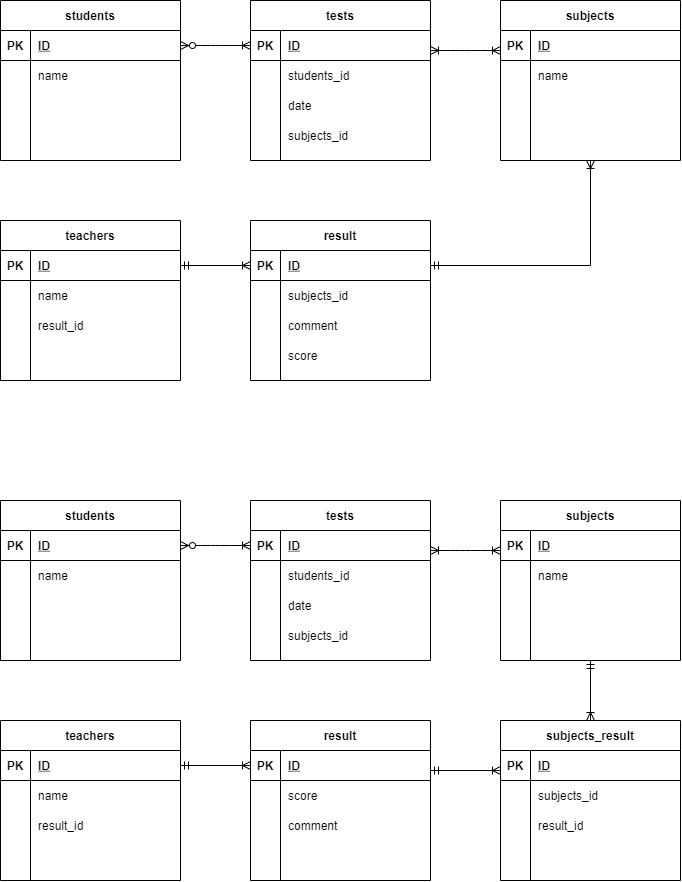
The draw.io diagram index.drawio.png in hisad/coachtech_DB, before a commit. Source tidied: cells renumbered, new cells last; positions are measured from the earlier drawing's top-left corner, leaving out a move shared by most shapes.
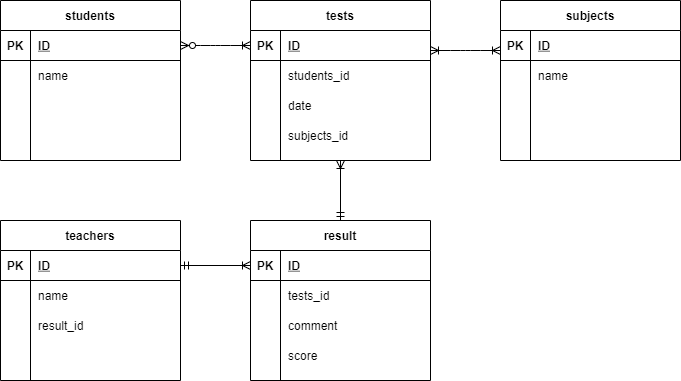
After the commit.

Change to the diagram source:
```diff
@@ -122,9 +122,6 @@
     <mxCell id="41" style="edgeStyle=entityRelationEdgeStyle;fontSize=12;html=1;endArrow=ERoneToMany;exitX=1;exitY=0.5;exitDx=0;exitDy=0;entryX=0;entryY=0.5;entryDx=0;entryDy=0;endFill=0;startArrow=ERzeroToMany;startFill=1;" parent="1" edge="1" source="3" target="29">
       <mxGeometry relative="1" as="geometry" />
     </mxCell>
-    <mxCell id="42" style="edgeStyle=orthogonalEdgeStyle;rounded=0;jettySize=auto;html=1;startArrow=ERmandOne;startFill=0;endArrow=ERoneToMany;endFill=0;entryX=0.5;entryY=1;entryDx=0;entryDy=0;exitX=1;exitY=0.5;exitDx=0;exitDy=0;" parent="1" edge="1" source="44" target="57">
-      <mxGeometry relative="1" as="geometry" />
-    </mxCell>
     <mxCell id="43" value="result" style="shape=table;startSize=30;rowLines=0;fontStyle=1;align=center;" parent="1" vertex="1">
       <mxGeometry x="250" y="220" width="180" height="160" as="geometry" />
     </mxCell>
@@ -143,7 +140,7 @@
     <mxCell id="48" style="shape=partialRectangle;fillColor=none;top=0;left=0;bottom=0;right=0;overflow=hidden;" parent="47" vertex="1">
       <mxGeometry width="30" height="30" as="geometry" />
     </mxCell>
-    <mxCell id="49" value="subjects_id" style="shape=partialRectangle;fillColor=none;top=0;left=0;bottom=0;right=0;align=left;spacingLeft=6;overflow=hidden;" parent="47" vertex="1">
+    <mxCell id="49" value="tests_id" style="shape=partialRectangle;fillColor=none;top=0;left=0;bottom=0;right=0;align=left;spacingLeft=6;overflow=hidden;" parent="47" vertex="1">
       <mxGeometry x="30" width="150" height="30" as="geometry" />
     </mxCell>
     <mxCell id="50" style="shape=partialRectangle;fillColor=none;top=0;left=0;bottom=0;right=0;" parent="43" vertex="1">
@@ -212,259 +209,7 @@
         <mxPoint x="500" y="50" as="targetPoint" />
       </mxGeometry>
     </mxCell>
-    <mxCell id="71" value="students" style="shape=table;startSize=30;rowLines=0;fontStyle=1;align=center;" parent="1" vertex="1">
-      <mxGeometry y="500" width="180" height="160" as="geometry" />
-    </mxCell>
-    <mxCell id="72" style="shape=partialRectangle;fillColor=none;top=0;left=0;bottom=1;right=0;points=[[0,0.5],[1,0.5]];portConstraint=eastwest;" parent="71" vertex="1">
-      <mxGeometry y="30" width="180" height="30" as="geometry" />
-    </mxCell>
-    <mxCell id="73" value="PK" style="shape=partialRectangle;fillColor=none;top=0;left=0;bottom=0;right=0;fontStyle=1;overflow=hidden;" parent="72" vertex="1">
-      <mxGeometry width="30" height="30" as="geometry" />
-    </mxCell>
-    <mxCell id="74" value="ID" style="shape=partialRectangle;fillColor=none;top=0;left=0;bottom=0;right=0;align=left;spacingLeft=6;fontStyle=5;overflow=hidden;" parent="72" vertex="1">
-      <mxGeometry x="30" width="150" height="30" as="geometry" />
-    </mxCell>
-    <mxCell id="75" style="shape=partialRectangle;fillColor=none;top=0;left=0;bottom=0;right=0;" parent="71" vertex="1">
-      <mxGeometry y="60" width="180" height="30" as="geometry" />
-    </mxCell>
-    <mxCell id="76" style="shape=partialRectangle;fillColor=none;top=0;left=0;bottom=0;right=0;overflow=hidden;" parent="75" vertex="1">
-      <mxGeometry width="30" height="30" as="geometry" />
-    </mxCell>
-    <mxCell id="77" value="name" style="shape=partialRectangle;fillColor=none;top=0;left=0;bottom=0;right=0;align=left;spacingLeft=6;overflow=hidden;" parent="75" vertex="1">
-      <mxGeometry x="30" width="150" height="30" as="geometry" />
-    </mxCell>
-    <mxCell id="78" style="shape=partialRectangle;fillColor=none;top=0;left=0;bottom=0;right=0;" parent="71" vertex="1">
-      <mxGeometry y="90" width="180" height="30" as="geometry" />
-    </mxCell>
-    <mxCell id="79" style="shape=partialRectangle;fillColor=none;top=0;left=0;bottom=0;right=0;overflow=hidden;" parent="78" vertex="1">
-      <mxGeometry width="30" height="30" as="geometry" />
-    </mxCell>
-    <mxCell id="80" style="shape=partialRectangle;fillColor=none;top=0;left=0;bottom=0;right=0;align=left;spacingLeft=6;overflow=hidden;" parent="78" vertex="1">
-      <mxGeometry x="30" width="150" height="30" as="geometry" />
-    </mxCell>
-    <mxCell id="81" style="shape=partialRectangle;fillColor=none;top=0;left=0;bottom=0;right=0;" parent="71" vertex="1">
-      <mxGeometry y="120" width="180" height="30" as="geometry" />
-    </mxCell>
-    <mxCell id="82" style="shape=partialRectangle;fillColor=none;top=0;left=0;bottom=0;right=0;overflow=hidden;" parent="81" vertex="1">
-      <mxGeometry width="30" height="30" as="geometry" />
-    </mxCell>
-    <mxCell id="83" style="shape=partialRectangle;fillColor=none;top=0;left=0;bottom=0;right=0;align=left;spacingLeft=6;overflow=hidden;" parent="81" vertex="1">
-      <mxGeometry x="30" width="150" height="30" as="geometry" />
-    </mxCell>
-    <mxCell id="84" value="teachers" style="shape=table;startSize=30;rowLines=0;fontStyle=1;align=center;" parent="1" vertex="1">
-      <mxGeometry y="720" width="180" height="160" as="geometry" />
-    </mxCell>
-    <mxCell id="85" style="shape=partialRectangle;fillColor=none;top=0;left=0;bottom=1;right=0;points=[[0,0.5],[1,0.5]];portConstraint=eastwest;" parent="84" vertex="1">
-      <mxGeometry y="30" width="180" height="30" as="geometry" />
-    </mxCell>
-    <mxCell id="86" value="PK" style="shape=partialRectangle;fillColor=none;top=0;left=0;bottom=0;right=0;fontStyle=1;overflow=hidden;" parent="85" vertex="1">
-      <mxGeometry width="30" height="30" as="geometry" />
-    </mxCell>
-    <mxCell id="87" value="ID" style="shape=partialRectangle;fillColor=none;top=0;left=0;bottom=0;right=0;align=left;spacingLeft=6;fontStyle=5;overflow=hidden;" parent="85" vertex="1">
-      <mxGeometry x="30" width="150" height="30" as="geometry" />
-    </mxCell>
-    <mxCell id="88" style="shape=partialRectangle;fillColor=none;top=0;left=0;bottom=0;right=0;" parent="84" vertex="1">
-      <mxGeometry y="60" width="180" height="30" as="geometry" />
-    </mxCell>
-    <mxCell id="89" style="shape=partialRectangle;fillColor=none;top=0;left=0;bottom=0;right=0;overflow=hidden;" parent="88" vertex="1">
-      <mxGeometry width="30" height="30" as="geometry" />
-    </mxCell>
-    <mxCell id="90" value="name" style="shape=partialRectangle;fillColor=none;top=0;left=0;bottom=0;right=0;align=left;spacingLeft=6;overflow=hidden;" parent="88" vertex="1">
-      <mxGeometry x="30" width="150" height="30" as="geometry" />
-    </mxCell>
-    <mxCell id="91" style="shape=partialRectangle;fillColor=none;top=0;left=0;bottom=0;right=0;" parent="84" vertex="1">
-      <mxGeometry y="90" width="180" height="30" as="geometry" />
-    </mxCell>
-    <mxCell id="92" style="shape=partialRectangle;fillColor=none;top=0;left=0;bottom=0;right=0;overflow=hidden;" parent="91" vertex="1">
-      <mxGeometry width="30" height="30" as="geometry" />
-    </mxCell>
-    <mxCell id="93" value="result_id" style="shape=partialRectangle;fillColor=none;top=0;left=0;bottom=0;right=0;align=left;spacingLeft=6;overflow=hidden;" parent="91" vertex="1">
-      <mxGeometry x="30" width="150" height="30" as="geometry" />
-    </mxCell>
-    <mxCell id="94" style="shape=partialRectangle;fillColor=none;top=0;left=0;bottom=0;right=0;" parent="84" vertex="1">
-      <mxGeometry y="120" width="180" height="30" as="geometry" />
-    </mxCell>
-    <mxCell id="95" style="shape=partialRectangle;fillColor=none;top=0;left=0;bottom=0;right=0;overflow=hidden;" parent="94" vertex="1">
-      <mxGeometry width="30" height="30" as="geometry" />
-    </mxCell>
-    <mxCell id="96" style="shape=partialRectangle;fillColor=none;top=0;left=0;bottom=0;right=0;align=left;spacingLeft=6;overflow=hidden;" parent="94" vertex="1">
-      <mxGeometry x="30" width="150" height="30" as="geometry" />
-    </mxCell>
-    <mxCell id="97" value="tests" style="shape=table;startSize=30;rowLines=0;fontStyle=1;align=center;" parent="1" vertex="1">
-      <mxGeometry x="250" y="500" width="180" height="160" as="geometry" />
-    </mxCell>
-    <mxCell id="98" style="shape=partialRectangle;fillColor=none;top=0;left=0;bottom=1;right=0;points=[[0,0.5],[1,0.5]];portConstraint=eastwest;" parent="97" vertex="1">
-      <mxGeometry y="30" width="180" height="30" as="geometry" />
-    </mxCell>
-    <mxCell id="99" value="PK" style="shape=partialRectangle;fillColor=none;top=0;left=0;bottom=0;right=0;fontStyle=1;overflow=hidden;" parent="98" vertex="1">
-      <mxGeometry width="30" height="30" as="geometry" />
-    </mxCell>
-    <mxCell id="100" value="ID" style="shape=partialRectangle;fillColor=none;top=0;left=0;bottom=0;right=0;align=left;spacingLeft=6;fontStyle=5;overflow=hidden;" parent="98" vertex="1">
-      <mxGeometry x="30" width="150" height="30" as="geometry" />
-    </mxCell>
-    <mxCell id="101" style="shape=partialRectangle;fillColor=none;top=0;left=0;bottom=0;right=0;" parent="97" vertex="1">
-      <mxGeometry y="60" width="180" height="30" as="geometry" />
-    </mxCell>
-    <mxCell id="102" style="shape=partialRectangle;fillColor=none;top=0;left=0;bottom=0;right=0;overflow=hidden;" parent="101" vertex="1">
-      <mxGeometry width="30" height="30" as="geometry" />
-    </mxCell>
-    <mxCell id="103" value="students_id" style="shape=partialRectangle;fillColor=none;top=0;left=0;bottom=0;right=0;align=left;spacingLeft=6;overflow=hidden;" parent="101" vertex="1">
-      <mxGeometry x="30" width="150" height="30" as="geometry" />
-    </mxCell>
-    <mxCell id="104" style="shape=partialRectangle;fillColor=none;top=0;left=0;bottom=0;right=0;" parent="97" vertex="1">
-      <mxGeometry y="90" width="180" height="30" as="geometry" />
-    </mxCell>
-    <mxCell id="105" style="shape=partialRectangle;fillColor=none;top=0;left=0;bottom=0;right=0;overflow=hidden;" parent="104" vertex="1">
-      <mxGeometry width="30" height="30" as="geometry" />
-    </mxCell>
-    <mxCell id="106" value="date" style="shape=partialRectangle;fillColor=none;top=0;left=0;bottom=0;right=0;align=left;spacingLeft=6;overflow=hidden;" parent="104" vertex="1">
-      <mxGeometry x="30" width="150" height="30" as="geometry" />
-    </mxCell>
-    <mxCell id="107" style="shape=partialRectangle;fillColor=none;top=0;left=0;bottom=0;right=0;" parent="97" vertex="1">
-      <mxGeometry y="120" width="180" height="30" as="geometry" />
-    </mxCell>
-    <mxCell id="108" style="shape=partialRectangle;fillColor=none;top=0;left=0;bottom=0;right=0;overflow=hidden;" parent="107" vertex="1">
-      <mxGeometry width="30" height="30" as="geometry" />
-    </mxCell>
-    <mxCell id="109" value="subjects_id" style="shape=partialRectangle;fillColor=none;top=0;left=0;bottom=0;right=0;align=left;spacingLeft=6;overflow=hidden;" parent="107" vertex="1">
-      <mxGeometry x="30" width="150" height="30" as="geometry" />
-    </mxCell>
-    <mxCell id="110" style="edgeStyle=entityRelationEdgeStyle;fontSize=12;html=1;endArrow=ERoneToMany;exitX=1;exitY=0.5;exitDx=0;exitDy=0;entryX=0;entryY=0.5;entryDx=0;entryDy=0;endFill=0;startArrow=ERzeroToMany;startFill=1;" parent="1" edge="1" source="72" target="98">
-      <mxGeometry relative="1" as="geometry" />
-    </mxCell>
-    <mxCell id="111" value="result" style="shape=table;startSize=30;rowLines=0;fontStyle=1;align=center;" parent="1" vertex="1">
-      <mxGeometry x="250" y="720" width="180" height="160" as="geometry" />
-    </mxCell>
-    <mxCell id="112" style="shape=partialRectangle;fillColor=none;top=0;left=0;bottom=1;right=0;points=[[0,0.5],[1,0.5]];portConstraint=eastwest;" parent="111" vertex="1">
-      <mxGeometry y="30" width="180" height="30" as="geometry" />
-    </mxCell>
-    <mxCell id="113" value="PK" style="shape=partialRectangle;fillColor=none;top=0;left=0;bottom=0;right=0;fontStyle=1;overflow=hidden;" parent="112" vertex="1">
-      <mxGeometry width="30" height="30" as="geometry" />
-    </mxCell>
-    <mxCell id="114" value="ID" style="shape=partialRectangle;fillColor=none;top=0;left=0;bottom=0;right=0;align=left;spacingLeft=6;fontStyle=5;overflow=hidden;" parent="112" vertex="1">
-      <mxGeometry x="30" width="150" height="30" as="geometry" />
-    </mxCell>
-    <mxCell id="115" style="shape=partialRectangle;fillColor=none;top=0;left=0;bottom=0;right=0;" parent="111" vertex="1">
-      <mxGeometry y="60" width="180" height="30" as="geometry" />
-    </mxCell>
-    <mxCell id="116" style="shape=partialRectangle;fillColor=none;top=0;left=0;bottom=0;right=0;overflow=hidden;" parent="115" vertex="1">
-      <mxGeometry width="30" height="30" as="geometry" />
-    </mxCell>
-    <mxCell id="117" value="score" style="shape=partialRectangle;fillColor=none;top=0;left=0;bottom=0;right=0;align=left;spacingLeft=6;overflow=hidden;" parent="115" vertex="1">
-      <mxGeometry x="30" width="150" height="30" as="geometry" />
-    </mxCell>
-    <mxCell id="118" style="shape=partialRectangle;fillColor=none;top=0;left=0;bottom=0;right=0;" parent="111" vertex="1">
-      <mxGeometry y="90" width="180" height="30" as="geometry" />
-    </mxCell>
-    <mxCell id="119" style="shape=partialRectangle;fillColor=none;top=0;left=0;bottom=0;right=0;overflow=hidden;" parent="118" vertex="1">
-      <mxGeometry width="30" height="30" as="geometry" />
-    </mxCell>
-    <mxCell id="120" value="comment" style="shape=partialRectangle;fillColor=none;top=0;left=0;bottom=0;right=0;align=left;spacingLeft=6;overflow=hidden;" parent="118" vertex="1">
-      <mxGeometry x="30" width="150" height="30" as="geometry" />
-    </mxCell>
-    <mxCell id="121" style="shape=partialRectangle;fillColor=none;top=0;left=0;bottom=0;right=0;" parent="111" vertex="1">
-      <mxGeometry y="120" width="180" height="30" as="geometry" />
-    </mxCell>
-    <mxCell id="122" style="shape=partialRectangle;fillColor=none;top=0;left=0;bottom=0;right=0;overflow=hidden;" parent="121" vertex="1">
-      <mxGeometry width="30" height="30" as="geometry" />
-    </mxCell>
-    <mxCell id="123" style="shape=partialRectangle;fillColor=none;top=0;left=0;bottom=0;right=0;align=left;spacingLeft=6;overflow=hidden;" parent="121" vertex="1">
-      <mxGeometry x="30" width="150" height="30" as="geometry" />
-    </mxCell>
-    <mxCell id="124" style="fontSize=12;html=1;endArrow=ERoneToMany;exitX=1;exitY=0.5;exitDx=0;exitDy=0;entryX=0;entryY=0.5;entryDx=0;entryDy=0;endFill=0;startArrow=ERmandOne;startFill=0;" parent="1" edge="1" source="85" target="112">
-      <mxGeometry relative="1" as="geometry" />
-    </mxCell>
-    <mxCell id="125" value="subjects" style="shape=table;startSize=30;rowLines=0;fontStyle=1;align=center;" parent="1" vertex="1">
-      <mxGeometry x="500" y="500" width="180" height="160" as="geometry" />
-    </mxCell>
-    <mxCell id="126" style="shape=partialRectangle;fillColor=none;top=0;left=0;bottom=1;right=0;" parent="125" vertex="1">
-      <mxGeometry y="30" width="180" height="30" as="geometry" />
-    </mxCell>
-    <mxCell id="127" value="PK" style="shape=partialRectangle;fillColor=none;top=0;left=0;bottom=0;right=0;fontStyle=1;overflow=hidden;" parent="126" vertex="1">
-      <mxGeometry width="30" height="30" as="geometry" />
-    </mxCell>
-    <mxCell id="128" value="ID" style="shape=partialRectangle;fillColor=none;top=0;left=0;bottom=0;right=0;align=left;spacingLeft=6;fontStyle=5;overflow=hidden;" parent="126" vertex="1">
-      <mxGeometry x="30" width="150" height="30" as="geometry" />
-    </mxCell>
-    <mxCell id="129" style="shape=partialRectangle;fillColor=none;top=0;left=0;bottom=0;right=0;" parent="125" vertex="1">
-      <mxGeometry y="60" width="180" height="30" as="geometry" />
-    </mxCell>
-    <mxCell id="130" style="shape=partialRectangle;fillColor=none;top=0;left=0;bottom=0;right=0;overflow=hidden;" parent="129" vertex="1">
-      <mxGeometry width="30" height="30" as="geometry" />
-    </mxCell>
-    <mxCell id="131" value="name" style="shape=partialRectangle;fillColor=none;top=0;left=0;bottom=0;right=0;align=left;spacingLeft=6;overflow=hidden;" parent="129" vertex="1">
-      <mxGeometry x="30" width="150" height="30" as="geometry" />
-    </mxCell>
-    <mxCell id="132" style="shape=partialRectangle;fillColor=none;top=0;left=0;bottom=0;right=0;" parent="125" vertex="1">
-      <mxGeometry y="90" width="180" height="30" as="geometry" />
-    </mxCell>
-    <mxCell id="133" style="shape=partialRectangle;fillColor=none;top=0;left=0;bottom=0;right=0;overflow=hidden;" parent="132" vertex="1">
-      <mxGeometry width="30" height="30" as="geometry" />
-    </mxCell>
-    <mxCell id="134" style="shape=partialRectangle;fillColor=none;top=0;left=0;bottom=0;right=0;align=left;spacingLeft=6;overflow=hidden;" parent="132" vertex="1">
-      <mxGeometry x="30" width="150" height="30" as="geometry" />
-    </mxCell>
-    <mxCell id="135" style="shape=partialRectangle;fillColor=none;top=0;left=0;bottom=0;right=0;" parent="125" vertex="1">
-      <mxGeometry y="120" width="180" height="30" as="geometry" />
-    </mxCell>
-    <mxCell id="136" style="shape=partialRectangle;fillColor=none;top=0;left=0;bottom=0;right=0;overflow=hidden;" parent="135" vertex="1">
-      <mxGeometry width="30" height="30" as="geometry" />
-    </mxCell>
-    <mxCell id="137" style="shape=partialRectangle;fillColor=none;top=0;left=0;bottom=0;right=0;align=left;spacingLeft=6;overflow=hidden;" parent="135" vertex="1">
-      <mxGeometry x="30" width="150" height="30" as="geometry" />
-    </mxCell>
-    <mxCell id="138" style="edgeStyle=entityRelationEdgeStyle;fontSize=12;html=1;endArrow=ERoneToMany;exitX=1;exitY=0.5;exitDx=0;exitDy=0;entryX=0;entryY=0.5;entryDx=0;entryDy=0;endFill=0;startArrow=ERoneToMany;startFill=0;" parent="1" edge="1">
-      <mxGeometry relative="1" as="geometry">
-        <mxPoint x="430" y="550" as="sourcePoint" />
-        <mxPoint x="500" y="550" as="targetPoint" />
-      </mxGeometry>
-    </mxCell>
-    <mxCell id="139" value="subjects_result" style="shape=table;startSize=30;rowLines=0;fontStyle=1;align=center;" parent="1" vertex="1">
-      <mxGeometry x="500" y="720" width="180" height="160" as="geometry" />
-    </mxCell>
-    <mxCell id="140" style="shape=partialRectangle;fillColor=none;top=0;left=0;bottom=1;right=0;" parent="139" vertex="1">
-      <mxGeometry y="30" width="180" height="30" as="geometry" />
-    </mxCell>
-    <mxCell id="141" value="PK" style="shape=partialRectangle;fillColor=none;top=0;left=0;bottom=0;right=0;fontStyle=1;overflow=hidden;" parent="140" vertex="1">
-      <mxGeometry width="30" height="30" as="geometry" />
-    </mxCell>
-    <mxCell id="142" value="ID" style="shape=partialRectangle;fillColor=none;top=0;left=0;bottom=0;right=0;align=left;spacingLeft=6;fontStyle=5;overflow=hidden;" parent="140" vertex="1">
-      <mxGeometry x="30" width="150" height="30" as="geometry" />
-    </mxCell>
-    <mxCell id="143" style="shape=partialRectangle;fillColor=none;top=0;left=0;bottom=0;right=0;" parent="139" vertex="1">
-      <mxGeometry y="60" width="180" height="30" as="geometry" />
-    </mxCell>
-    <mxCell id="144" style="shape=partialRectangle;fillColor=none;top=0;left=0;bottom=0;right=0;overflow=hidden;" parent="143" vertex="1">
-      <mxGeometry width="30" height="30" as="geometry" />
-    </mxCell>
-    <mxCell id="145" value="subjects_id" style="shape=partialRectangle;fillColor=none;top=0;left=0;bottom=0;right=0;align=left;spacingLeft=6;overflow=hidden;" parent="143" vertex="1">
-      <mxGeometry x="30" width="150" height="30" as="geometry" />
-    </mxCell>
-    <mxCell id="146" style="shape=partialRectangle;fillColor=none;top=0;left=0;bottom=0;right=0;" parent="139" vertex="1">
-      <mxGeometry y="90" width="180" height="30" as="geometry" />
-    </mxCell>
-    <mxCell id="147" style="shape=partialRectangle;fillColor=none;top=0;left=0;bottom=0;right=0;overflow=hidden;" parent="146" vertex="1">
-      <mxGeometry width="30" height="30" as="geometry" />
-    </mxCell>
-    <mxCell id="148" value="result_id" style="shape=partialRectangle;fillColor=none;top=0;left=0;bottom=0;right=0;align=left;spacingLeft=6;overflow=hidden;" parent="146" vertex="1">
-      <mxGeometry x="30" width="150" height="30" as="geometry" />
-    </mxCell>
-    <mxCell id="149" style="shape=partialRectangle;fillColor=none;top=0;left=0;bottom=0;right=0;" parent="139" vertex="1">
-      <mxGeometry y="120" width="180" height="30" as="geometry" />
-    </mxCell>
-    <mxCell id="150" style="shape=partialRectangle;fillColor=none;top=0;left=0;bottom=0;right=0;overflow=hidden;" parent="149" vertex="1">
-      <mxGeometry width="30" height="30" as="geometry" />
-    </mxCell>
-    <mxCell id="151" style="shape=partialRectangle;fillColor=none;top=0;left=0;bottom=0;right=0;align=left;spacingLeft=6;overflow=hidden;" parent="149" vertex="1">
-      <mxGeometry x="30" width="150" height="30" as="geometry" />
-    </mxCell>
-    <mxCell id="152" style="fontSize=12;html=1;endArrow=ERoneToMany;exitX=1;exitY=0.5;exitDx=0;exitDy=0;entryX=0;entryY=0.5;entryDx=0;entryDy=0;endFill=0;startArrow=ERmandOne;startFill=0;" parent="1" edge="1">
-      <mxGeometry relative="1" as="geometry">
-        <mxPoint x="430" y="770" as="sourcePoint" />
-        <mxPoint x="500" y="770" as="targetPoint" />
-      </mxGeometry>
-    </mxCell>
-    <mxCell id="153" style="fontSize=12;html=1;endArrow=ERoneToMany;exitX=0.5;exitY=1;exitDx=0;exitDy=0;entryX=0.5;entryY=0;entryDx=0;entryDy=0;endFill=0;startArrow=ERmandOne;startFill=0;" parent="1" edge="1" source="125" target="139">
+    <mxCell id="153" style="fontSize=12;html=1;endArrow=ERoneToMany;entryX=0.5;entryY=1;entryDx=0;entryDy=0;exitX=0.5;exitY=0;exitDx=0;exitDy=0;startArrow=ERmandOne;startFill=0;endFill=0;" parent="1" edge="1" source="43" target="28">
       <mxGeometry relative="1" as="geometry" />
     </mxCell>
   </root>
```
